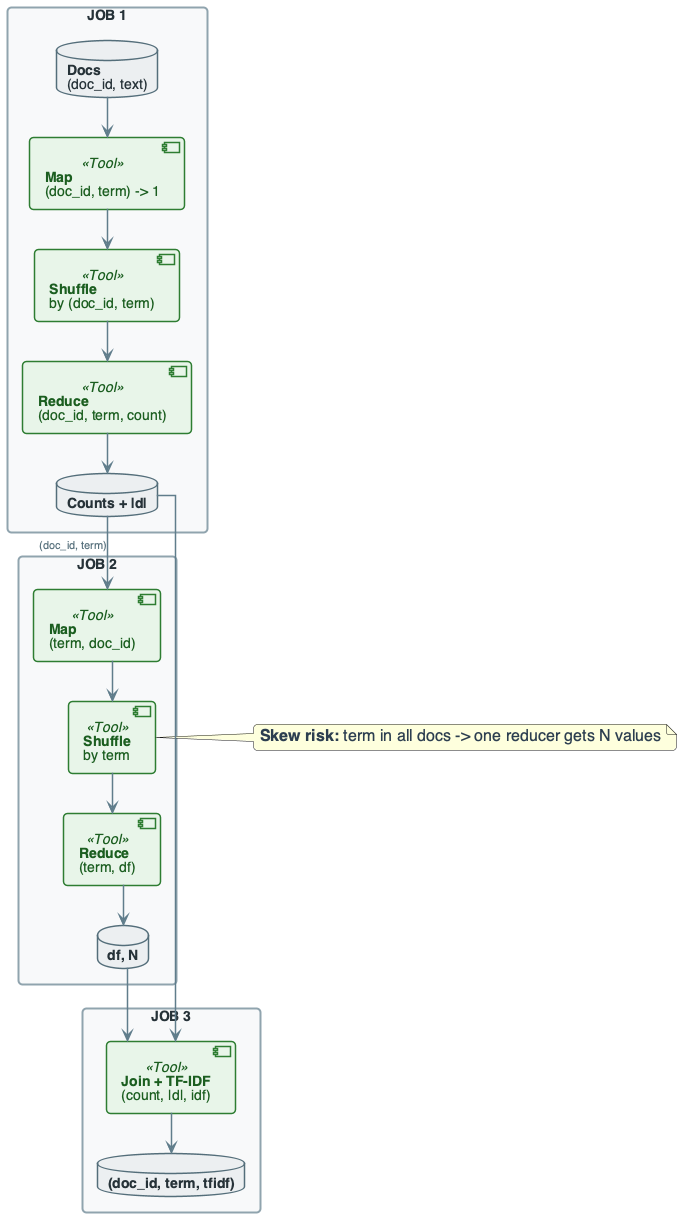
Above: diagrams/week8/week8_lecture_slide24_mapreduce_execution_flow.png in OrPerets/data-engineering-course (PlantUML), before the change.
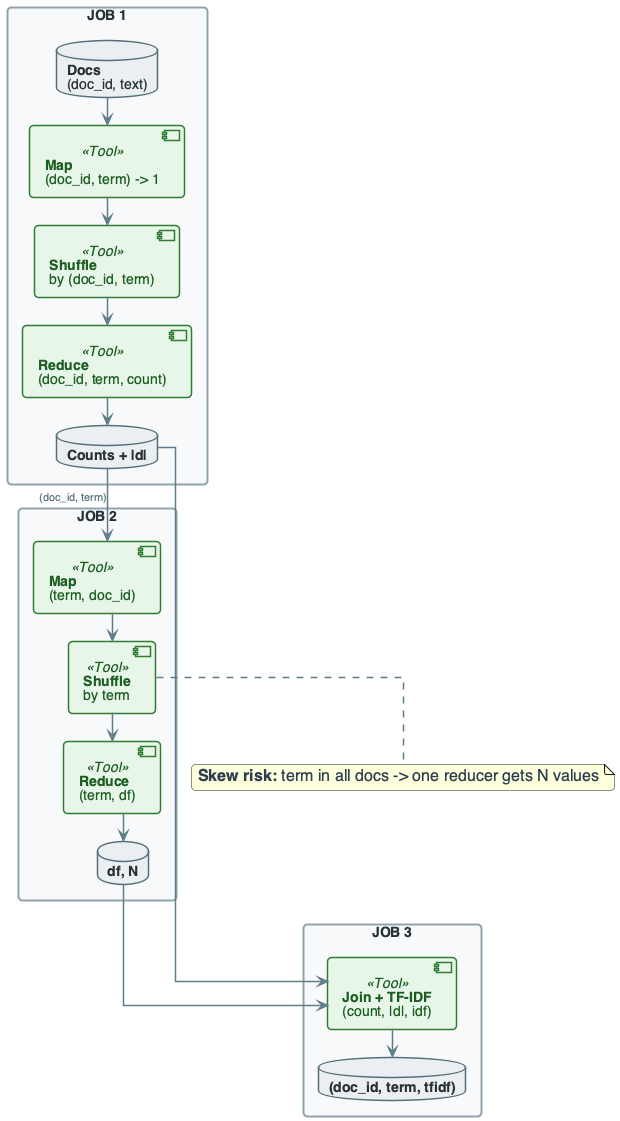
Later version of the same file.

Change to the diagram source:
```diff
@@ -5,8 +5,8 @@
 skinparam shadowing false
 skinparam roundcorner 8
 skinparam handwritten false
-skinparam nodesep 30
-skinparam ranksep 40
+skinparam nodesep 24
+skinparam ranksep 28
 
 skinparam defaultFontName "Segoe UI, Helvetica, sans-serif"
 skinparam defaultFontSize 16
@@ -152,6 +152,6 @@
 J2OUT --> J3M
 J3M --> J3OUT
 
-note right of J2S : **Skew risk:** term in all docs -> one reducer gets N values
+note bottom of J2S : **Skew risk:** term in all docs -> one reducer gets N values
 
 @enduml
```
